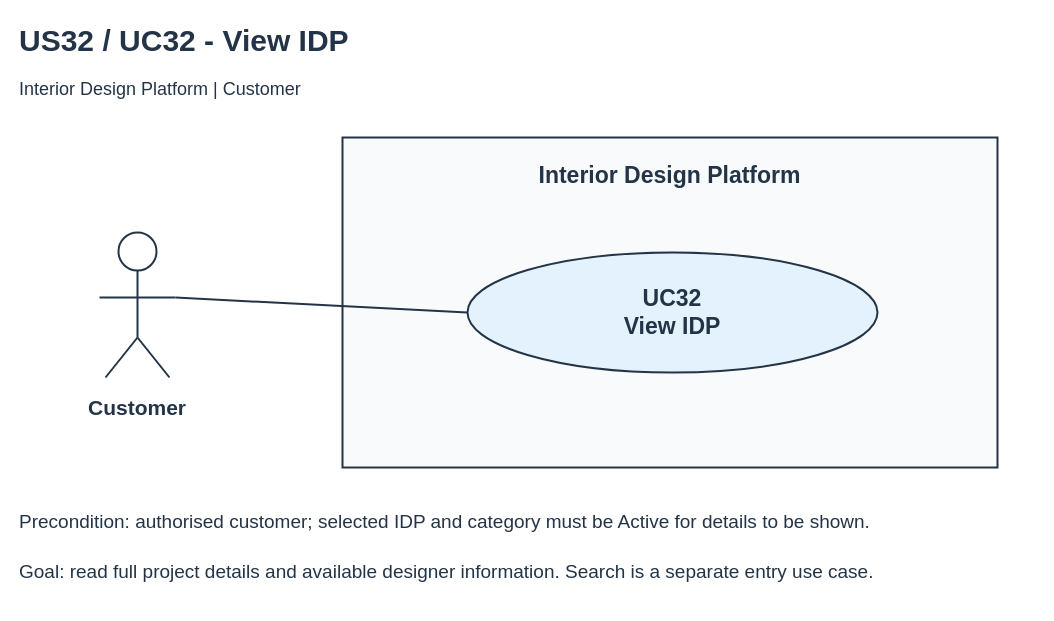
Before: page "2 Use Case Diagram" (1 of 7) of Sprint_3/US32 - View IDP/US32 View IDP.drawio in Hanzxc/CSIT314-ARCHSS, a draw.io diagram. Source tidied: cells renumbered, new cells numbered last; positions are measured from the earlier drawing's top-left corner, leaving out a move shared by most shapes. Both pictures are drawn from the tidied source at 100%, with x=0, y=0 at pixel (17, 17).
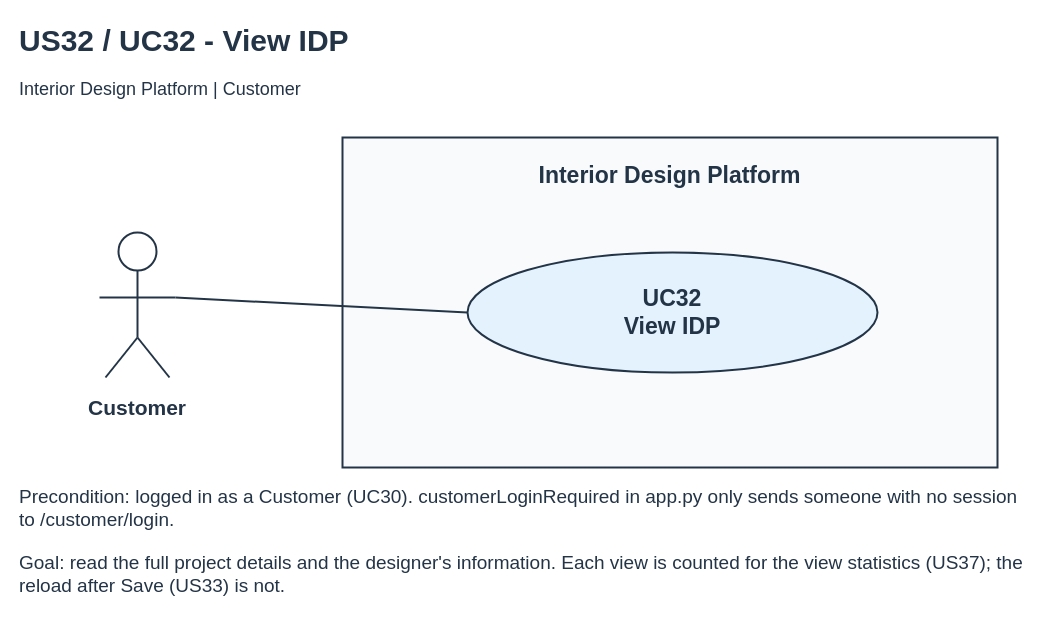
After the change.

Diff of the diagram source:
```diff
@@
-    <mxCell id="15" value="Precondition: authorised customer; selected IDP and category must be Active for details to be shown." style="text;html=0;align=left;verticalAlign=middle;whiteSpace=wrap;fontSize=19;fontStyle=0;fontColor=#243447;" parent="1" vertex="1">
-      <mxGeometry y="485" width="1020" height="40" as="geometry" />
+    <mxCell id="15" value="Precondition: logged in as a Customer (UC30). customerLoginRequired in app.py only sends someone with no session to /customer/login." style="text;html=0;align=left;verticalAlign=middle;whiteSpace=wrap;fontSize=19;fontStyle=0;fontColor=#243447;" parent="1" vertex="1">
+      <mxGeometry y="461" width="1020" height="60" as="geometry" />
     </mxCell>
-    <mxCell id="16" value="Goal: read full project details and available designer information. Search is a separate entry use case." style="text;html=0;align=left;verticalAlign=middle;whiteSpace=wrap;fontSize=19;fontStyle=0;fontColor=#243447;" parent="1" vertex="1">
-      <mxGeometry y="535" width="1020" height="40" as="geometry" />
+    <mxCell id="16" value="Goal: read the full project details and the designer's information. Each view is counted for the view statistics (US37); the reload after Save (US33) is not." style="text;html=0;align=left;verticalAlign=middle;whiteSpace=wrap;fontSize=19;fontStyle=0;fontColor=#243447;" parent="1" vertex="1">
+      <mxGeometry y="527" width="1020" height="60" as="geometry" />
     </mxCell>
```
